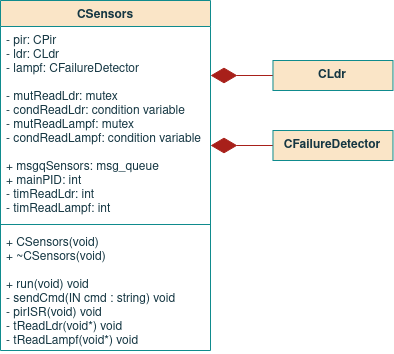
This is report/images/09sw_specification/LS/csensors/class.png from ESRGgroup9/slipad, a draw.io export, as it was before one commit. Source tidied: cells renumbered, new cells last; positions are measured from the earlier drawing's top-left corner, leaving out a move shared by most shapes.
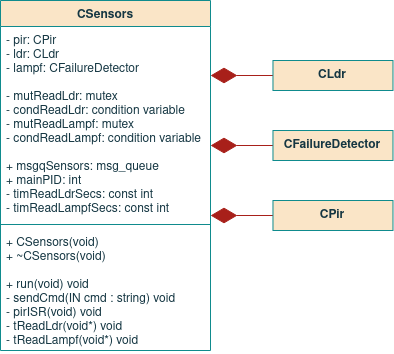
Later version of the same file.

Diff of the diagram source:
```diff
@@ -5,7 +5,7 @@
     <mxCell id="2" value="CSensors" style="swimlane;fontStyle=1;align=center;verticalAlign=top;horizontal=1;startSize=26;fillColor=#FAE5C7;strokeColor=#0F8B8D;fontColor=#143642;" parent="1" vertex="1">
       <mxGeometry width="210" height="350" as="geometry" />
     </mxCell>
-    <mxCell id="3" value="- pir: CPir&#10;- ldr: CLdr&#10;- lampf: CFailureDetector&#10;&#10;- mutReadLdr: mutex&#10;- condReadLdr: condition variable&#10;- mutReadLampf: mutex&#10;- condReadLampf: condition variable&#10;&#10;+ msgqSensors: msg_queue&#10;+ mainPID: int&#10;- timReadLdr: int&#10;- timReadLampf: int&#10;&#10;&#10;" style="text;strokeColor=none;fillColor=none;align=left;verticalAlign=top;spacingLeft=4;spacingRight=4;overflow=hidden;fontColor=#143642;fontStyle=0;" parent="2" vertex="1">
+    <mxCell id="3" value="- pir: CPir&#10;- ldr: CLdr&#10;- lampf: CFailureDetector&#10;&#10;- mutReadLdr: mutex&#10;- condReadLdr: condition variable&#10;- mutReadLampf: mutex&#10;- condReadLampf: condition variable&#10;&#10;+ msgqSensors: msg_queue&#10;+ mainPID: int&#10;- timReadLdrSecs: const int&#10;- timReadLampfSecs: const int&#10;&#10;&#10;" style="text;strokeColor=none;fillColor=none;align=left;verticalAlign=top;spacingLeft=4;spacingRight=4;overflow=hidden;fontColor=#143642;fontStyle=0;" parent="2" vertex="1">
       <mxGeometry y="26" width="210" height="194" as="geometry" />
     </mxCell>
     <mxCell id="4" style="line;strokeWidth=1;fillColor=none;align=left;verticalAlign=middle;spacingTop=-1;spacingLeft=3;spacingRight=3;labelPosition=right;labelBackgroundColor=#DAD2D8;strokeColor=#0F8B8D;fontColor=#143642;" parent="2" vertex="1">
@@ -32,5 +32,14 @@
     <mxCell id="9" value="CFailureDetector" style="rounded=0;whiteSpace=wrap;html=1;sketch=0;fontColor=#143642;strokeColor=#0F8B8D;fillColor=#FAE5C7;fontStyle=1;" parent="1" vertex="1">
       <mxGeometry x="272.5" y="130" width="120" height="30" as="geometry" />
     </mxCell>
+    <mxCell id="10" style="endArrow=diamondThin;endFill=1;endSize=24;html=1;rounded=0;sketch=0;fontColor=#143642;strokeColor=#A8201A;fillColor=#FAE5C7;exitX=0;exitY=0.5;exitDx=0;exitDy=0;" parent="1" edge="1">
+      <mxGeometry relative="1" as="geometry">
+        <mxPoint x="272.5" y="215" as="sourcePoint" />
+        <mxPoint x="210" y="215" as="targetPoint" />
+      </mxGeometry>
+    </mxCell>
+    <mxCell id="11" value="CPir" style="rounded=0;whiteSpace=wrap;html=1;sketch=0;fontColor=#143642;strokeColor=#0F8B8D;fillColor=#FAE5C7;fontStyle=1;" parent="1" vertex="1">
+      <mxGeometry x="272.5" y="200" width="120" height="30" as="geometry" />
+    </mxCell>
   </root>
 </mxGraphModel>
```
